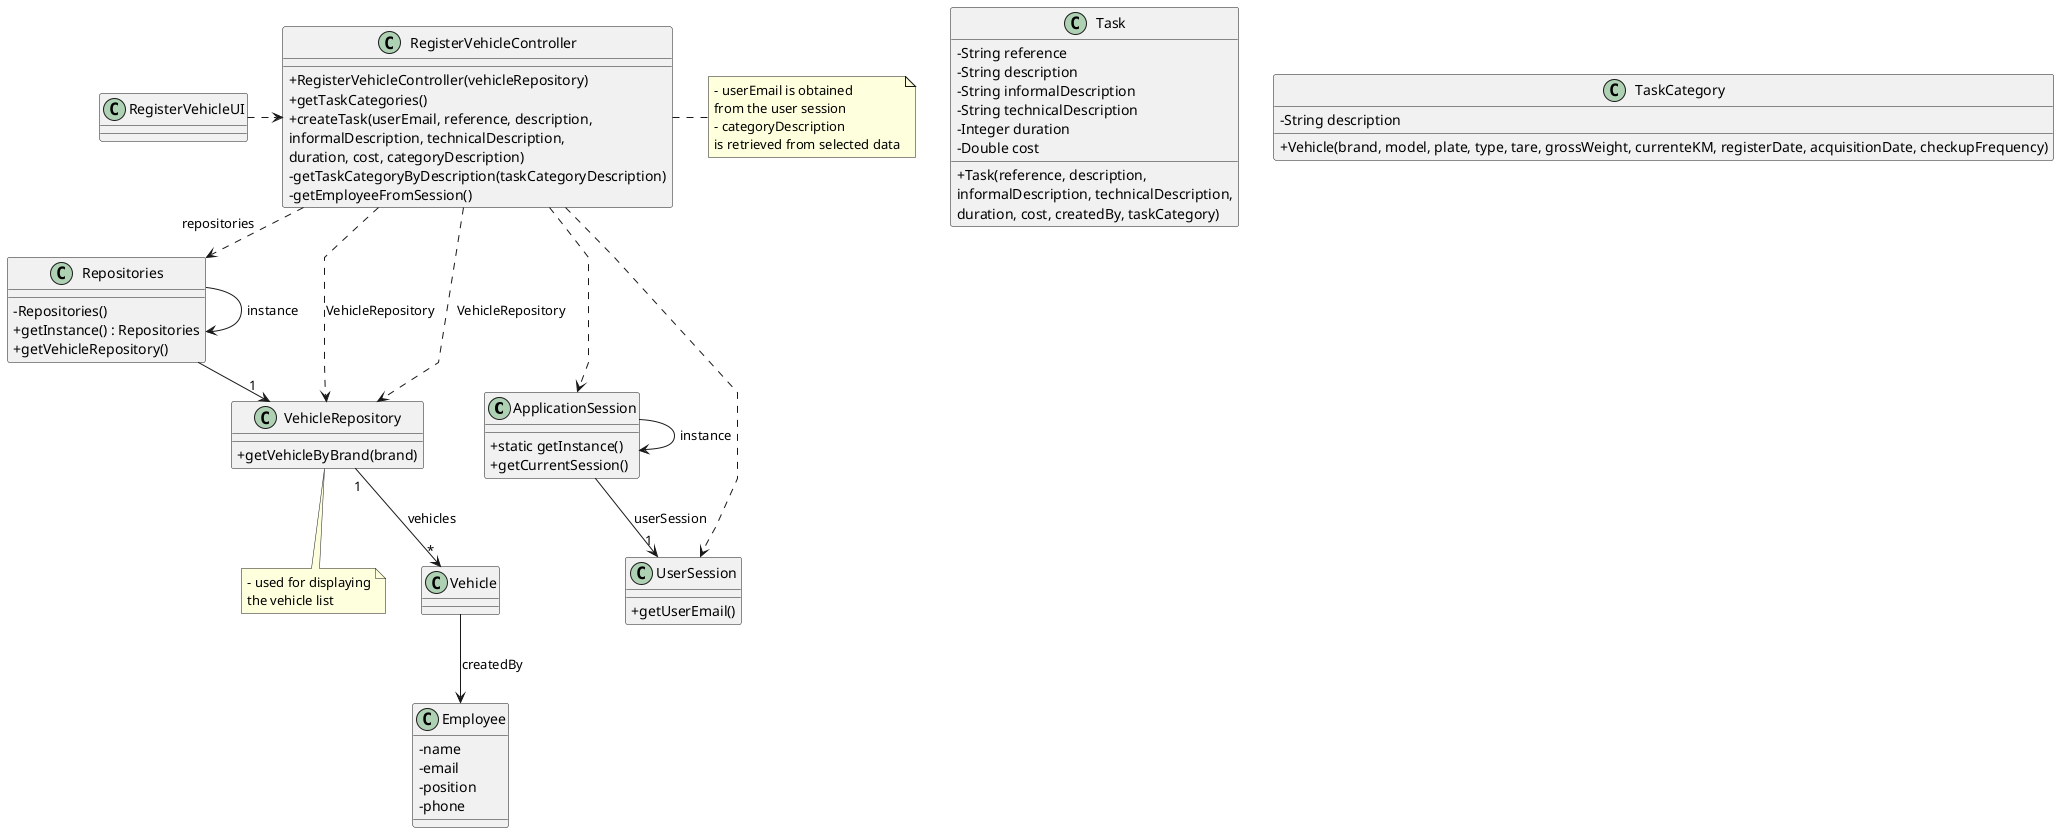
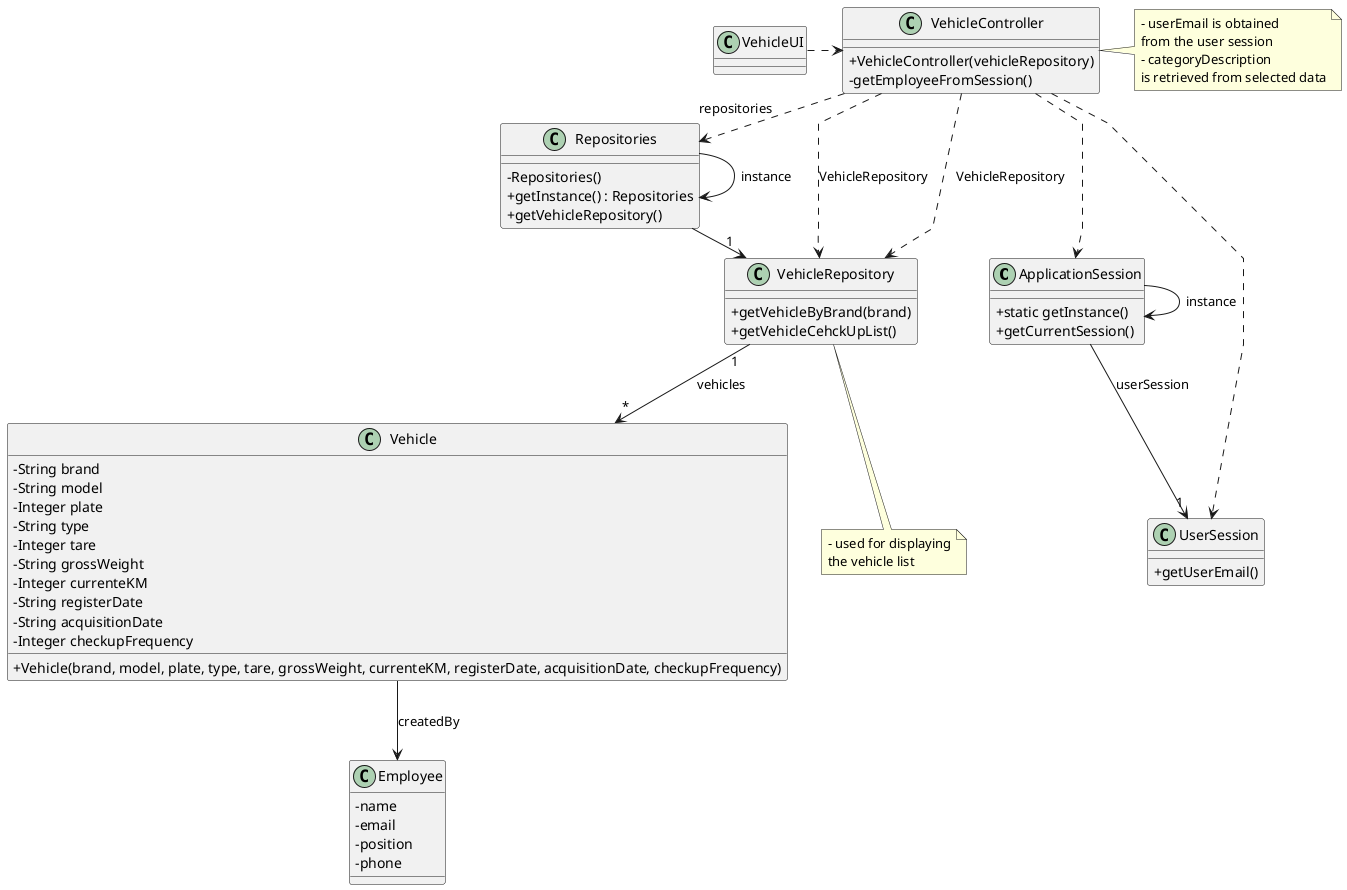
@startuml
'skinparam monochrome true
skinparam packageStyle rectangle
skinparam shadowing false
skinparam linetype polyline
'skinparam linetype orto

skinparam classAttributeIconSize 0

'left to right direction

class ApplicationSession
{
    + static getInstance()
    + getCurrentSession()
}

class UserSession
{
    + getUserEmail()
}

class Employee {
    - name
    - email
    - position
    - phone
}

- class Task {
-     - String reference
-     - String description
-     - String informalDescription
-     - String technicalDescription
-     - Integer duration
-     - Double cost
- 
-     + Task(reference, description,\ninformalDescription, technicalDescription,\nduration, cost, createdBy, taskCategory)
- }
- 
- class TaskCategory {
-     - String description
+ class Vehicle {
+     - String brand
+     - String model
+     - Integer plate
+     - String type
+     - Integer tare
+     - String grossWeight
+     - Integer currenteKM
+     - String registerDate
+     - String acquisitionDate
+     - Integer checkupFrequency

    + Vehicle(brand, model, plate, type, tare, grossWeight, currenteKM, registerDate, acquisitionDate, checkupFrequency)
}



class VehicleRepository {
    + getVehicleByBrand(brand)
+     + getVehicleCehckUpList()
+ 
}


class Repositories {
    - Repositories()
    + getInstance() : Repositories
    + getVehicleRepository()
}

- class RegisterVehicleController {
-     + RegisterVehicleController(vehicleRepository)
-     + getTaskCategories()
-     + createTask(userEmail, reference, description,\ninformalDescription, technicalDescription,\nduration, cost, categoryDescription)
-     - getTaskCategoryByDescription(taskCategoryDescription)
+ class VehicleController {
+     + VehicleController(vehicleRepository)
    - getEmployeeFromSession()
}

- note right of RegisterVehicleController
+ note right of VehicleController
    - userEmail is obtained
    from the user session
    - categoryDescription
    is retrieved from selected data
end note

note bottom of VehicleRepository
    - used for displaying
    the vehicle list
end note

- class RegisterVehicleUI {
+ class VehicleUI {
}


Repositories -> "1" VehicleRepository
Repositories -> Repositories : instance

ApplicationSession -> ApplicationSession : instance
ApplicationSession --> "1" UserSession : userSession

- RegisterVehicleUI .> RegisterVehicleController
+ VehicleUI .> VehicleController

- RegisterVehicleController .> Repositories : repositories
- RegisterVehicleController ..> ApplicationSession
- RegisterVehicleController ..> UserSession
- RegisterVehicleController ..> VehicleRepository : VehicleRepository
- RegisterVehicleController ..> VehicleRepository : VehicleRepository
+ VehicleController .> Repositories : repositories
+ VehicleController ..> ApplicationSession
+ VehicleController ..> UserSession
+ VehicleController ..> VehicleRepository : VehicleRepository
+ VehicleController ..> VehicleRepository : VehicleRepository

Vehicle --> Employee : createdBy

VehicleRepository "1" --> "*" Vehicle : vehicles

@enduml